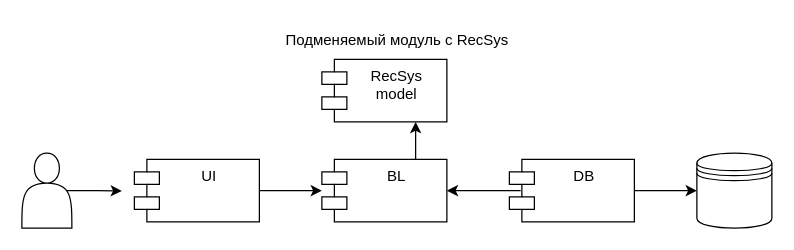
Earlier version of the draw.io diagram docs/components.drawio (BuldakovMikhail/muzyaka). Source tidied: cells renumbered, new cells numbered last; positions are measured from the earlier drawing's top-left corner, leaving out a move shared by most shapes. Both pictures are drawn from the tidied source at 125%, with x=0, y=0 at pixel (21, 21).
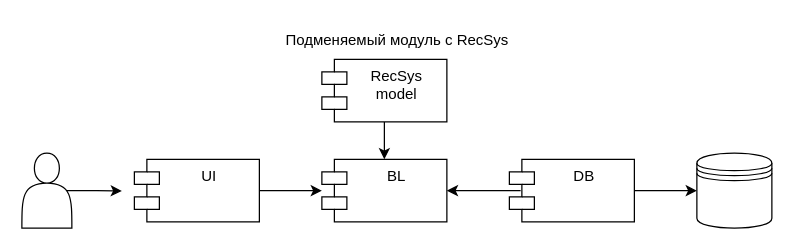
The same page after the edit.

The edit, as a diff of the source:
```diff
@@
 <mxGraphModel>
   <root>
     <mxCell id="0" />
     <mxCell id="1" parent="0" />
     <mxCell id="2" style="edgeStyle=orthogonalEdgeStyle;rounded=0;jettySize=auto;html=1;exitX=1;exitY=0.5;exitDx=0;exitDy=0;" parent="1" edge="1" source="3" target="5">
       <mxGeometry relative="1" as="geometry" />
     </mxCell>
     <mxCell id="3" value="UI" style="shape=module;align=left;spacingLeft=20;align=center;verticalAlign=top;whiteSpace=wrap;html=1;" parent="1" vertex="1">
       <mxGeometry x="90" y="110" width="100" height="50" as="geometry" />
     </mxCell>
-    <mxCell id="4" style="edgeStyle=orthogonalEdgeStyle;rounded=0;jettySize=auto;html=1;exitX=0.75;exitY=0;exitDx=0;exitDy=0;entryX=0.75;entryY=1;entryDx=0;entryDy=0;" parent="1" edge="1" source="5" target="9">
+    <mxCell id="4" style="edgeStyle=orthogonalEdgeStyle;rounded=0;jettySize=auto;html=1;exitX=0.5;exitY=1;exitDx=0;exitDy=0;entryX=0.5;entryY=0;entryDx=0;entryDy=0;" parent="1" edge="1" source="9" target="5">
       <mxGeometry relative="1" as="geometry" />
     </mxCell>
     <mxCell id="5" value="BL" style="shape=module;align=left;spacingLeft=20;align=center;verticalAlign=top;whiteSpace=wrap;html=1;" parent="1" vertex="1">
       <mxGeometry x="240" y="110" width="100" height="50" as="geometry" />
     </mxCell>
     <mxCell id="6" style="edgeStyle=orthogonalEdgeStyle;rounded=0;jettySize=auto;html=1;exitX=0.09;exitY=0.5;exitDx=0;exitDy=0;exitPerimeter=0;entryX=1;entryY=0.5;entryDx=0;entryDy=0;" parent="1" edge="1" source="8" target="5">
       <mxGeometry relative="1" as="geometry" />
     </mxCell>
     <mxCell id="7" style="edgeStyle=orthogonalEdgeStyle;rounded=0;jettySize=auto;html=1;exitX=1;exitY=0.5;exitDx=0;exitDy=0;entryX=0;entryY=0.5;entryDx=0;entryDy=0;" parent="1" edge="1" source="8" target="10">
       <mxGeometry relative="1" as="geometry" />
     </mxCell>
     <mxCell id="8" value="DB" style="shape=module;align=left;spacingLeft=20;align=center;verticalAlign=top;whiteSpace=wrap;html=1;" parent="1" vertex="1">
       <mxGeometry x="390" y="110" width="100" height="50" as="geometry" />
     </mxCell>
     <mxCell id="9" value="&lt;div&gt;RecSys&lt;/div&gt;&lt;div&gt;model&lt;br&gt;&lt;/div&gt;" style="shape=module;align=left;spacingLeft=20;align=center;verticalAlign=top;whiteSpace=wrap;html=1;" parent="1" vertex="1">
       <mxGeometry x="240" y="30" width="100" height="50" as="geometry" />
     </mxCell>
     <mxCell id="10" style="shape=datastore;whiteSpace=wrap;html=1;" parent="1" vertex="1">
       <mxGeometry x="540" y="105" width="60" height="60" as="geometry" />
     </mxCell>
     <mxCell id="11" style="edgeStyle=orthogonalEdgeStyle;rounded=0;jettySize=auto;html=1;exitX=0.9;exitY=0.5;exitDx=0;exitDy=0;exitPerimeter=0;" parent="1" edge="1" source="12">
       <mxGeometry relative="1" as="geometry">
         <mxPoint x="80" y="135.3" as="targetPoint" />
       </mxGeometry>
     </mxCell>
     <mxCell id="12" style="shape=actor;whiteSpace=wrap;html=1;" parent="1" vertex="1">
       <mxGeometry y="105" width="40" height="60" as="geometry" />
     </mxCell>
     <mxCell id="13" value="Подменяемый модуль с RecSys" style="text;html=1;align=center;verticalAlign=middle;strokeColor=none;fillColor=none;" parent="1" vertex="1">
       <mxGeometry x="200" width="200" height="30" as="geometry" />
     </mxCell>
   </root>
 </mxGraphModel>
```
